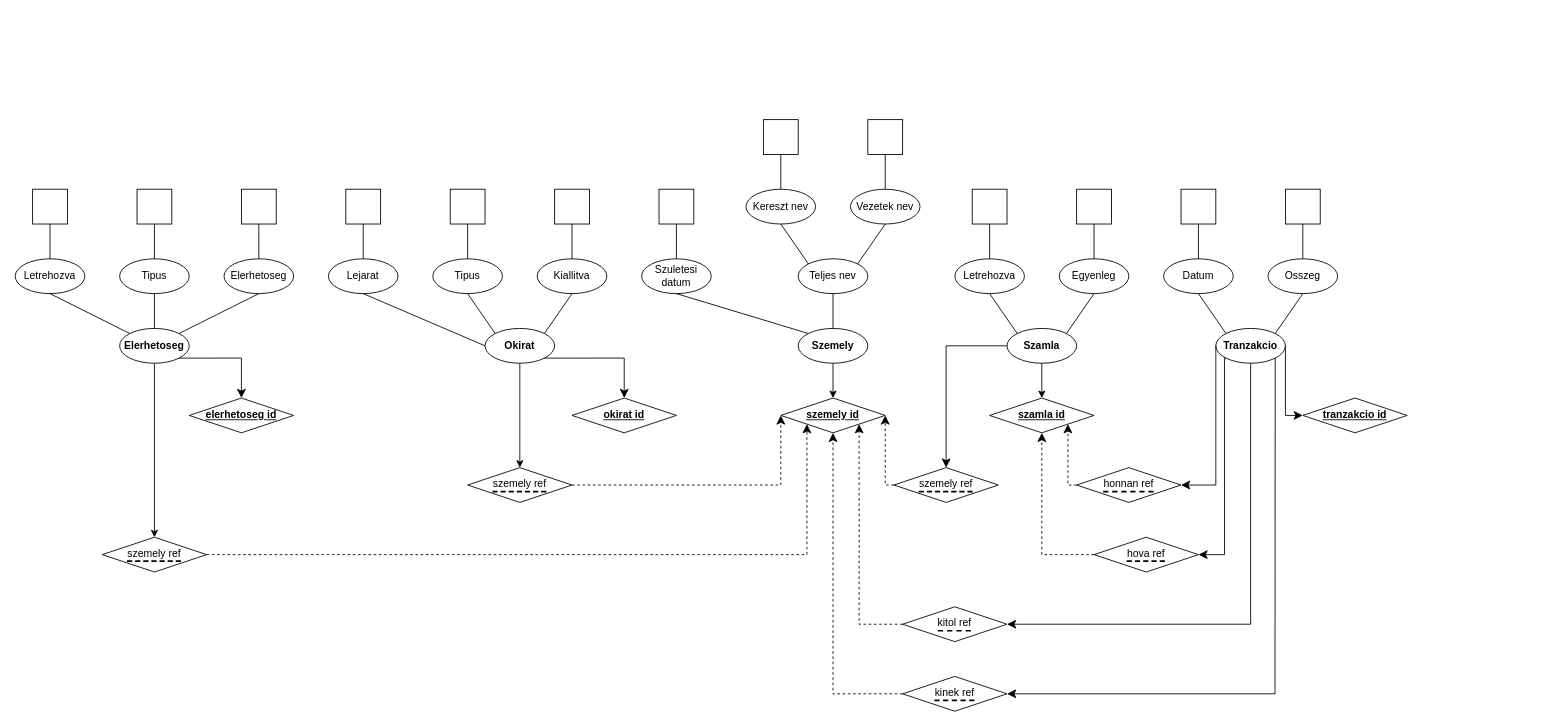
Earlier version of the draw.io diagram XMLTaskD51MXC/XDMD51MXC.drawio (zeero64/D51MXC_XMLGyak). Source tidied: cells renumbered, new cells numbered last; positions are measured from the earlier drawing's top-left corner, leaving out a move shared by most shapes. Both pictures are drawn from the tidied source at 87%, with x=0, y=0 at pixel (15, 119).
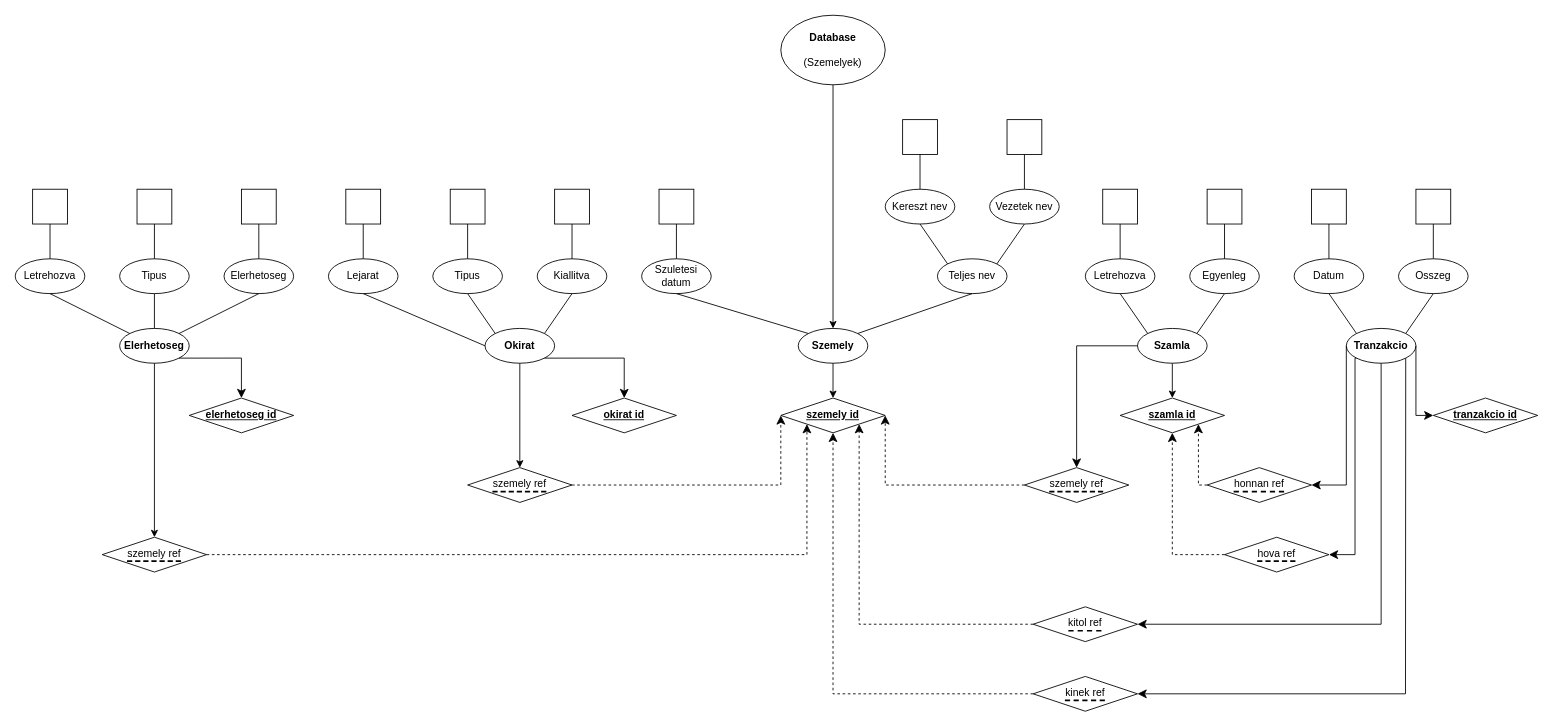
The same page after the edit.

The change refers to these unchanged cells:
```xml
<mxCell id="2" value="&lt;b&gt;Szemely&lt;/b&gt;" style="ellipse;whiteSpace=wrap;html=1;" parent="1" vertex="1">
  <mxGeometry x="900" y="240" width="80" height="40" as="geometry" />
</mxCell>
```

What changed in the source:
```diff
@@
     <mxCell id="3" value="Teljes nev" style="ellipse;whiteSpace=wrap;html=1;" parent="1" vertex="1">
-      <mxGeometry x="900" y="160" width="80" height="40" as="geometry" />
+      <mxGeometry x="1060" y="160" width="80" height="40" as="geometry" />
     </mxCell>
     <mxCell id="4" value="Vezetek nev" style="ellipse;whiteSpace=wrap;html=1;" parent="1" vertex="1">
-      <mxGeometry x="960" y="80" width="80" height="40" as="geometry" />
+      <mxGeometry x="1120" y="80" width="80" height="40" as="geometry" />
     </mxCell>
     <mxCell id="5" value="Kereszt nev" style="ellipse;whiteSpace=wrap;html=1;" parent="1" vertex="1">
-      <mxGeometry x="840" y="80" width="80" height="40" as="geometry" />
+      <mxGeometry x="1000" y="80" width="80" height="40" as="geometry" />
     </mxCell>
     <mxCell id="6" style="rounded=0;whiteSpace=wrap;html=1;" parent="1" vertex="1">
-      <mxGeometry x="860" width="40" height="40" as="geometry" />
+      <mxGeometry x="1020" width="40" height="40" as="geometry" />
     </mxCell>
     <mxCell id="7" style="rounded=0;whiteSpace=wrap;html=1;" parent="1" vertex="1">
-      <mxGeometry x="980" width="40" height="40" as="geometry" />
+      <mxGeometry x="1140" width="40" height="40" as="geometry" />
     </mxCell>
@@
     <mxCell id="18" value="&lt;b&gt;Szamla&lt;/b&gt;" style="ellipse;whiteSpace=wrap;html=1;" parent="1" vertex="1">
-      <mxGeometry x="1140" y="240" width="80" height="40" as="geometry" />
+      <mxGeometry x="1290" y="240" width="80" height="40" as="geometry" />
     </mxCell>
@@
     <mxCell id="29" value="&lt;p style=&quot;border-bottom:2px dashed black;&quot;&gt;szemely ref&lt;br&gt;&lt;/p&gt;" style="rhombus;whiteSpace=wrap;html=1;" parent="1" vertex="1">
-      <mxGeometry x="1010" y="400" width="120" height="40" as="geometry" />
+      <mxGeometry x="1160" y="400" width="120" height="40" as="geometry" />
     </mxCell>
     <mxCell id="30" value="&lt;div&gt;&lt;b&gt;&lt;u&gt;szamla id&lt;br&gt;&lt;/u&gt;&lt;/b&gt;&lt;/div&gt;" style="rhombus;whiteSpace=wrap;html=1;" parent="1" vertex="1">
-      <mxGeometry x="1120" y="320" width="120" height="40" as="geometry" />
+      <mxGeometry x="1270" y="320" width="120" height="40" as="geometry" />
     </mxCell>
     <mxCell id="31" value="Letrehozva" style="ellipse;whiteSpace=wrap;html=1;" parent="1" vertex="1">
-      <mxGeometry x="1080" y="160" width="80" height="40" as="geometry" />
+      <mxGeometry x="1230" y="160" width="80" height="40" as="geometry" />
     </mxCell>
     <mxCell id="32" value="Egyenleg" style="ellipse;whiteSpace=wrap;html=1;" parent="1" vertex="1">
-      <mxGeometry x="1200" y="160" width="80" height="40" as="geometry" />
+      <mxGeometry x="1350" y="160" width="80" height="40" as="geometry" />
     </mxCell>
     <mxCell id="33" style="rounded=0;whiteSpace=wrap;html=1;" parent="1" vertex="1">
-      <mxGeometry x="1220" y="80" width="40" height="40" as="geometry" />
+      <mxGeometry x="1370" y="80" width="40" height="40" as="geometry" />
     </mxCell>
     <mxCell id="34" style="rounded=0;whiteSpace=wrap;html=1;" parent="1" vertex="1">
-      <mxGeometry x="1100" y="80" width="40" height="40" as="geometry" />
+      <mxGeometry x="1250" y="80" width="40" height="40" as="geometry" />
     </mxCell>
     <mxCell id="35" value="&lt;b&gt;Tranzakcio&lt;/b&gt;" style="ellipse;whiteSpace=wrap;html=1;" parent="1" vertex="1">
-      <mxGeometry x="1380" y="240" width="80" height="40" as="geometry" />
+      <mxGeometry x="1530" y="240" width="80" height="40" as="geometry" />
     </mxCell>
     <mxCell id="36" value="&lt;p style=&quot;border-bottom:2px dashed black;&quot;&gt;kinek ref&lt;br&gt;&lt;/p&gt;" style="rhombus;whiteSpace=wrap;html=1;" parent="1" vertex="1">
-      <mxGeometry x="1020" y="640" width="120" height="40" as="geometry" />
+      <mxGeometry x="1170" y="640" width="120" height="40" as="geometry" />
     </mxCell>
     <mxCell id="37" value="&lt;p style=&quot;border-bottom:2px dashed black;&quot;&gt;kitol ref&lt;br&gt;&lt;/p&gt;" style="rhombus;whiteSpace=wrap;html=1;" parent="1" vertex="1">
-      <mxGeometry x="1020" y="560" width="120" height="40" as="geometry" />
+      <mxGeometry x="1170" y="560" width="120" height="40" as="geometry" />
     </mxCell>
     <mxCell id="38" value="&lt;p style=&quot;border-bottom:2px dashed black;&quot;&gt;honnan ref&lt;br&gt;&lt;/p&gt;" style="rhombus;whiteSpace=wrap;html=1;" parent="1" vertex="1">
-      <mxGeometry x="1220" y="400" width="120" height="40" as="geometry" />
+      <mxGeometry x="1370" y="400" width="120" height="40" as="geometry" />
     </mxCell>
     <mxCell id="39" value="&lt;p style=&quot;border-bottom:2px dashed black;&quot;&gt;hova ref&lt;br&gt;&lt;/p&gt;" style="rhombus;whiteSpace=wrap;html=1;" parent="1" vertex="1">
-      <mxGeometry x="1240" y="480" width="120" height="40" as="geometry" />
+      <mxGeometry x="1390" y="480" width="120" height="40" as="geometry" />
     </mxCell>
     <mxCell id="40" value="&lt;div&gt;&lt;b&gt;&lt;u&gt;tranzakcio id&lt;/u&gt;&lt;br&gt;&lt;/b&gt;&lt;/div&gt;" style="rhombus;whiteSpace=wrap;html=1;" parent="1" vertex="1">
-      <mxGeometry x="1480" y="320" width="120" height="40" as="geometry" />
+      <mxGeometry x="1630" y="320" width="120" height="40" as="geometry" />
     </mxCell>
     <mxCell id="41" value="Datum" style="ellipse;whiteSpace=wrap;html=1;" parent="1" vertex="1">
-      <mxGeometry x="1320" y="160" width="80" height="40" as="geometry" />
+      <mxGeometry x="1470" y="160" width="80" height="40" as="geometry" />
     </mxCell>
     <mxCell id="42" value="Osszeg" style="ellipse;whiteSpace=wrap;html=1;" parent="1" vertex="1">
-      <mxGeometry x="1440" y="160" width="80" height="40" as="geometry" />
+      <mxGeometry x="1590" y="160" width="80" height="40" as="geometry" />
     </mxCell>
     <mxCell id="43" style="rounded=0;whiteSpace=wrap;html=1;" parent="1" vertex="1">
-      <mxGeometry x="1340" y="80" width="40" height="40" as="geometry" />
+      <mxGeometry x="1490" y="80" width="40" height="40" as="geometry" />
     </mxCell>
     <mxCell id="44" style="rounded=0;whiteSpace=wrap;html=1;" parent="1" vertex="1">
-      <mxGeometry x="1460" y="80" width="40" height="40" as="geometry" />
+      <mxGeometry x="1610" y="80" width="40" height="40" as="geometry" />
     </mxCell>
@@
     <mxCell id="53" style="edgeStyle=elbowEdgeStyle;elbow=vertical;endArrow=classic;html=1;curved=0;rounded=0;endSize=8;startSize=8;exitX=0;exitY=0.5;exitDx=0;exitDy=0;entryX=1;entryY=1;entryDx=0;entryDy=0;dashed=1;" parent="1" edge="1" source="38" target="30">
       <mxGeometry relative="1" as="geometry">
         <Array as="points">
-          <mxPoint x="1220" y="420" />
+          <mxPoint x="1370" y="420" />
         </Array>
       </mxGeometry>
     </mxCell>
     <mxCell id="54" style="edgeStyle=elbowEdgeStyle;elbow=vertical;endArrow=classic;html=1;curved=0;rounded=0;endSize=8;startSize=8;exitX=0;exitY=0.5;exitDx=0;exitDy=0;entryX=0.5;entryY=1;entryDx=0;entryDy=0;dashed=1;" parent="1" edge="1" source="39" target="30">
       <mxGeometry relative="1" as="geometry">
         <Array as="points">
-          <mxPoint x="1210" y="500" />
+          <mxPoint x="1360" y="500" />
         </Array>
       </mxGeometry>
     </mxCell>
     <mxCell id="55" style="edgeStyle=elbowEdgeStyle;elbow=horizontal;endArrow=classic;html=1;curved=0;rounded=0;endSize=8;startSize=8;exitX=0;exitY=0.5;exitDx=0;exitDy=0;" parent="1" edge="1" source="35" target="38">
       <mxGeometry relative="1" as="geometry">
         <Array as="points">
-          <mxPoint x="1380" y="340" />
+          <mxPoint x="1530" y="340" />
         </Array>
       </mxGeometry>
     </mxCell>
     <mxCell id="56" style="edgeStyle=elbowEdgeStyle;elbow=horizontal;endArrow=classic;html=1;curved=0;rounded=0;endSize=8;startSize=8;exitX=0;exitY=1;exitDx=0;exitDy=0;entryX=1;entryY=0.5;entryDx=0;entryDy=0;" parent="1" edge="1" source="35" target="39">
       <mxGeometry relative="1" as="geometry">
         <Array as="points">
-          <mxPoint x="1390" y="350" />
+          <mxPoint x="1540" y="350" />
         </Array>
       </mxGeometry>
     </mxCell>
     <mxCell id="57" style="edgeStyle=elbowEdgeStyle;elbow=horizontal;endArrow=classic;html=1;curved=0;rounded=0;endSize=8;startSize=8;exitX=0.5;exitY=1;exitDx=0;exitDy=0;" parent="1" edge="1" source="35" target="37">
       <mxGeometry relative="1" as="geometry">
         <Array as="points">
-          <mxPoint x="1420" y="440" />
+          <mxPoint x="1570" y="440" />
         </Array>
       </mxGeometry>
     </mxCell>
     <mxCell id="58" style="edgeStyle=elbowEdgeStyle;elbow=horizontal;endArrow=classic;html=1;curved=0;rounded=0;endSize=8;startSize=8;exitX=1;exitY=1;exitDx=0;exitDy=0;entryX=1;entryY=0.5;entryDx=0;entryDy=0;" parent="1" edge="1" source="35" target="36">
       <mxGeometry relative="1" as="geometry">
         <Array as="points">
-          <mxPoint x="1448" y="470" />
+          <mxPoint x="1598" y="470" />
         </Array>
       </mxGeometry>
     </mxCell>
@@
     <mxCell id="61" style="edgeStyle=elbowEdgeStyle;elbow=vertical;endArrow=classic;html=1;curved=0;rounded=0;endSize=8;startSize=8;exitX=0;exitY=0.5;exitDx=0;exitDy=0;entryX=0.5;entryY=0;entryDx=0;entryDy=0;" parent="1" edge="1" source="18" target="29">
       <mxGeometry relative="1" as="geometry">
         <Array as="points">
-          <mxPoint x="1100" y="260" />
+          <mxPoint x="1250" y="260" />
         </Array>
       </mxGeometry>
     </mxCell>
     <mxCell id="62" style="edgeStyle=elbowEdgeStyle;elbow=horizontal;endArrow=classic;html=1;curved=0;rounded=0;endSize=8;startSize=8;exitX=1;exitY=0.5;exitDx=0;exitDy=0;entryX=0;entryY=0.5;entryDx=0;entryDy=0;" parent="1" edge="1" source="35" target="40">
       <mxGeometry relative="1" as="geometry">
         <Array as="points">
-          <mxPoint x="1460" y="310" />
+          <mxPoint x="1610" y="310" />
         </Array>
       </mxGeometry>
     </mxCell>
@@
-    <mxCell id="72" style="endArrow=none;html=1;rounded=0;exitX=0.5;exitY=0;exitDx=0;exitDy=0;entryX=0.5;entryY=1;entryDx=0;entryDy=0;" parent="1" edge="1" source="2" target="3">
+    <mxCell id="72" style="endArrow=none;html=1;rounded=0;exitX=1;exitY=0;exitDx=0;exitDy=0;entryX=0.5;entryY=1;entryDx=0;entryDy=0;" parent="1" edge="1" source="2" target="3">
       <mxGeometry relative="1" as="geometry" />
     </mxCell>
@@
+    <mxCell id="92" value="&lt;div&gt;&lt;b&gt;Database&lt;/b&gt;&lt;/div&gt;&lt;div&gt;&lt;br&gt;&lt;/div&gt;&lt;div&gt;(Szemelyek)&lt;br&gt;&lt;/div&gt;" style="ellipse;whiteSpace=wrap;html=1;" parent="1" vertex="1">
+      <mxGeometry x="880" y="-120" width="120" height="80" as="geometry" />
+    </mxCell>
+    <mxCell id="93" style="endArrow=classic;html=1;rounded=0;entryX=0.5;entryY=0;entryDx=0;entryDy=0;exitX=0.5;exitY=1;exitDx=0;exitDy=0;" parent="1" edge="1" source="92" target="2">
+      <mxGeometry relative="1" as="geometry" />
+    </mxCell>
```
